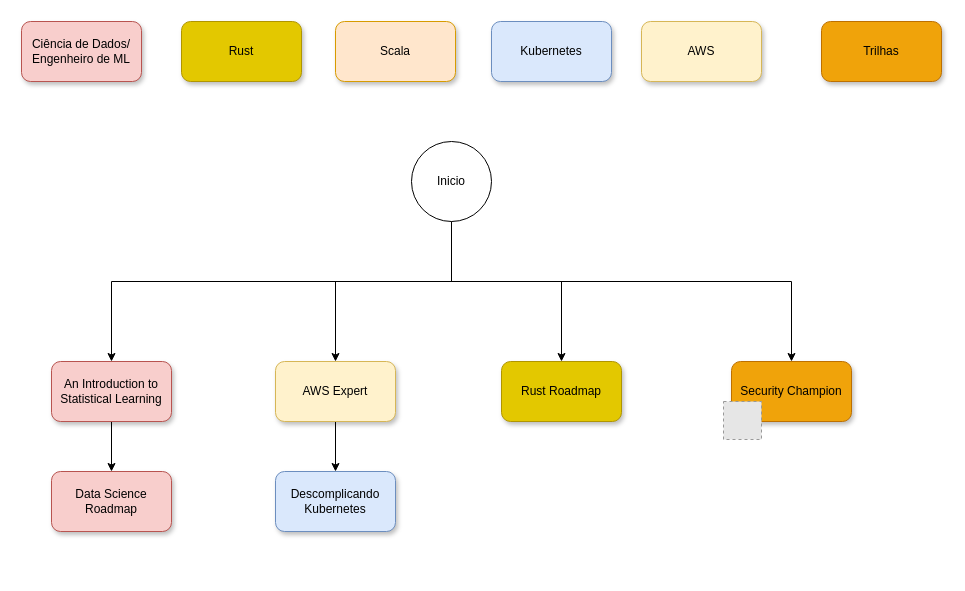
This is diagrama_estudos_2023_12.drawio from ivtavares/learning_roadmap, a draw.io file, before an edit. Source tidied: cells renumbered, new cells numbered last; positions are measured from the earlier drawing's top-left corner, leaving out a move shared by most shapes. Both pictures are drawn from the tidied source at 100%, with x=0, y=0 at pixel (21, 21). Pictures stored in the file or linked from it are replaced by grey dashed boxes.
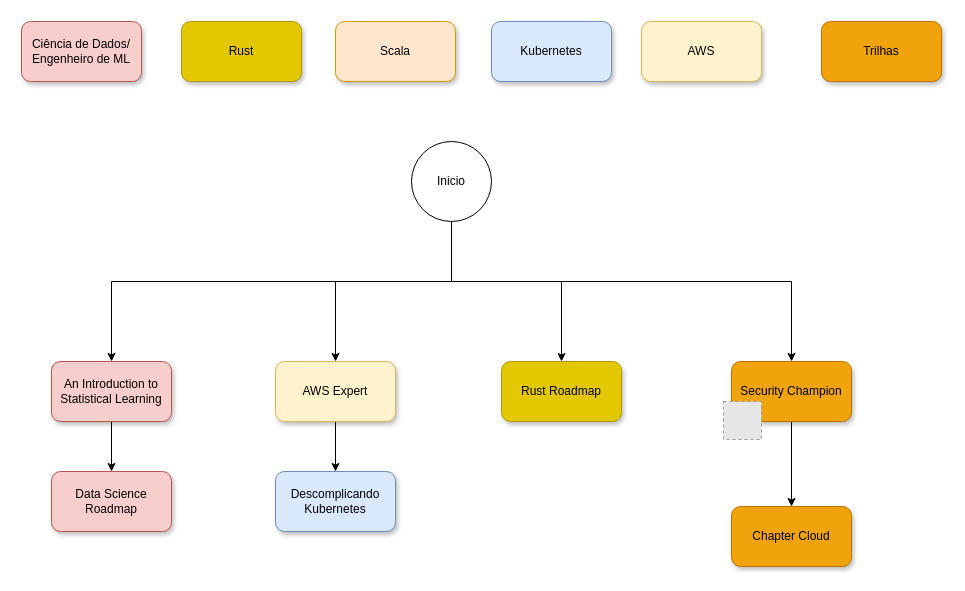
The same page after the edit.

Commit message:
Adicionar chapter cloud

The change refers to these unchanged cells:
```xml
<mxCell id="15" value="Security Champion" style="rounded=1;whiteSpace=wrap;html=1;fillColor=#f0a30a;strokeColor=#BD7000;shadow=1;fontColor=#000000;" parent="1" vertex="1">
  <mxGeometry x="710" y="340" width="120" height="60" as="geometry" />
</mxCell>
```

Change to the diagram source:
```diff
@@
+    <mxCell id="22" style="edgeStyle=orthogonalEdgeStyle;rounded=0;jettySize=auto;html=1;" parent="1" edge="1" source="15" target="23">
+      <mxGeometry relative="1" as="geometry" />
+    </mxCell>
@@
+    <mxCell id="23" value="Chapter Cloud" style="rounded=1;whiteSpace=wrap;html=1;fillColor=#f0a30a;strokeColor=#BD7000;shadow=1;fontColor=#000000;" parent="1" vertex="1">
+      <mxGeometry x="710" y="485" width="120" height="60" as="geometry" />
+    </mxCell>
```
